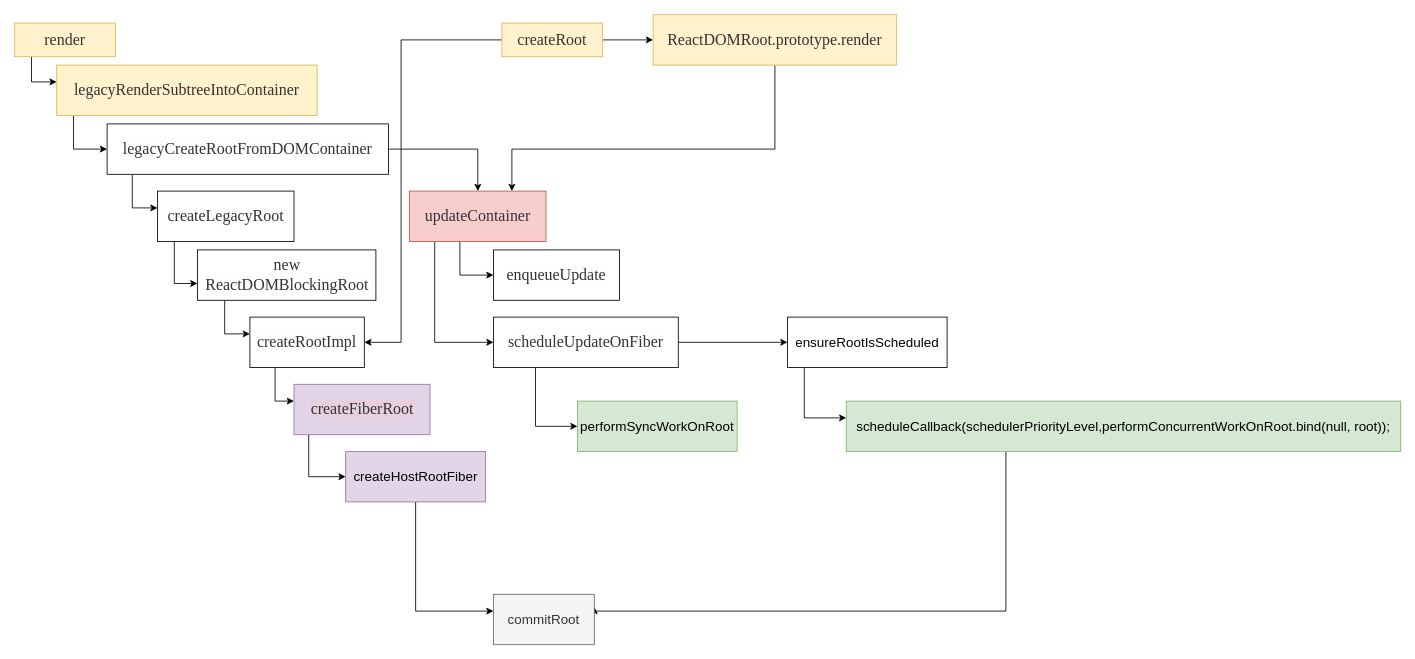
The draw.io diagram page "Page-1" (1 of 5) of 第五章_0.drawio in xiaochen1024/react_code, before the edit. Source tidied: cells renumbered, new cells numbered last; positions are measured from the earlier drawing's top-left corner, leaving out a move shared by most shapes. Both pictures are drawn from the tidied source at 84%, with x=0, y=0 at pixel (14, 14).
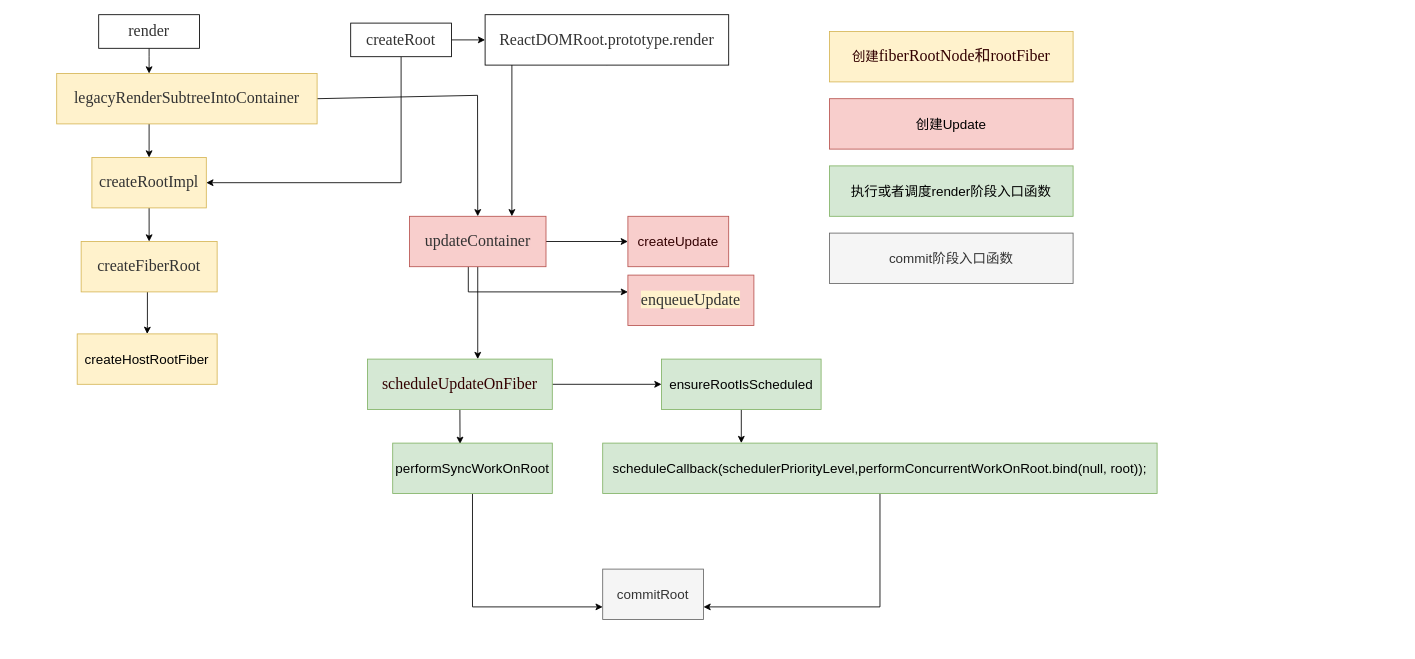
Above is the later version.

What changed in the source:
```diff
@@
     <mxCell id="2" style="edgeStyle=orthogonalEdgeStyle;rounded=0;jettySize=auto;html=1;" parent="1" edge="1" source="3" target="5">
       <mxGeometry relative="1" as="geometry">
         <Array as="points">
-          <mxPoint x="20" y="80" />
+          <mxPoint x="160" y="50" />
+          <mxPoint x="160" y="50" />
         </Array>
       </mxGeometry>
     </mxCell>
-    <mxCell id="3" value="&lt;span style=&quot;color: rgb(51 , 51 , 51) ; font-family: &amp;#34;vollkorn&amp;#34; , &amp;#34;palatino&amp;#34; , &amp;#34;times&amp;#34; ; font-size: 19px ; text-align: justify ; background-color: rgb(255 , 242 , 204)&quot;&gt;render&lt;/span&gt;" style="rounded=0;whiteSpace=wrap;html=1;fillColor=#fff2cc;strokeColor=#d6b656;" parent="1" vertex="1">
-      <mxGeometry y="10" width="120" height="40" as="geometry" />
+    <mxCell id="3" value="&lt;span style=&quot;color: rgb(51 , 51 , 51) ; font-family: &amp;#34;vollkorn&amp;#34; , &amp;#34;palatino&amp;#34; , &amp;#34;times&amp;#34; ; font-size: 19px ; text-align: justify ; background-color: rgb(255 , 255 , 255)&quot;&gt;render&lt;/span&gt;" style="rounded=0;whiteSpace=wrap;html=1;" parent="1" vertex="1">
+      <mxGeometry x="100" width="120" height="40" as="geometry" />
     </mxCell>
-    <mxCell id="4" style="edgeStyle=orthogonalEdgeStyle;rounded=0;jettySize=auto;html=1;" parent="1" edge="1" source="5" target="8">
+    <mxCell id="4" style="edgeStyle=orthogonalEdgeStyle;rounded=0;jettySize=auto;html=1;entryX=0.5;entryY=0;entryDx=0;entryDy=0;" parent="1" edge="1" source="5" target="14">
       <mxGeometry relative="1" as="geometry">
         <Array as="points">
-          <mxPoint x="70" y="160" />
-          <mxPoint x="313" y="160" />
+          <mxPoint x="160" y="160" />
+          <mxPoint x="160" y="160" />
         </Array>
       </mxGeometry>
     </mxCell>
+    <mxCell id="37" style="edgeStyle=none;rounded=0;jettySize=auto;html=1;entryX=0.5;entryY=0;entryDx=0;entryDy=0;strokeWidth=1;fontSize=16;fontColor=#6666FF;exitX=1;exitY=0.5;exitDx=0;exitDy=0;" parent="1" edge="1" source="5" target="19">
+      <mxGeometry relative="1" as="geometry">
+        <Array as="points">
+          <mxPoint x="551" y="96" />
+        </Array>
+      </mxGeometry>
+    </mxCell>
     <mxCell id="5" value="&lt;span style=&quot;color: rgb(51 , 51 , 51) ; font-family: &amp;#34;vollkorn&amp;#34; , &amp;#34;palatino&amp;#34; , &amp;#34;times&amp;#34; ; font-size: 19px ; text-align: justify ; background-color: rgb(255 , 242 , 204)&quot;&gt;legacyRenderSubtreeIntoContainer&lt;/span&gt;" style="whiteSpace=wrap;html=1;rounded=0;fillColor=#fff2cc;strokeColor=#d6b656;" parent="1" vertex="1">
-      <mxGeometry x="50" y="60" width="310" height="60" as="geometry" />
+      <mxGeometry x="50" y="70" width="310" height="60" as="geometry" />
     </mxCell>
-    <mxCell id="6" style="edgeStyle=orthogonalEdgeStyle;rounded=0;jettySize=auto;html=1;" parent="1" edge="1" source="8" target="10">
-      <mxGeometry relative="1" as="geometry">
-        <Array as="points">
-          <mxPoint x="140" y="230" />
-          <mxPoint x="299" y="230" />
-        </Array>
-      </mxGeometry>
-    </mxCell>
-    <mxCell id="7" style="edgeStyle=orthogonalEdgeStyle;rounded=0;jettySize=auto;html=1;" parent="1" edge="1" source="8" target="19">
-      <mxGeometry relative="1" as="geometry" />
-    </mxCell>
-    <mxCell id="8" value="&lt;span style=&quot;color: rgb(51 , 51 , 51) ; font-family: &amp;#34;vollkorn&amp;#34; , &amp;#34;palatino&amp;#34; , &amp;#34;times&amp;#34; ; font-size: 19px ; text-align: justify ; background-color: rgb(254 , 254 , 254)&quot;&gt;legacyCreateRootFromDOMContainer&lt;/span&gt;" style="whiteSpace=wrap;html=1;rounded=0;" parent="1" vertex="1">
-      <mxGeometry x="110" y="130" width="335" height="60" as="geometry" />
-    </mxCell>
-    <mxCell id="9" style="edgeStyle=orthogonalEdgeStyle;rounded=0;jettySize=auto;html=1;" parent="1" edge="1" source="10" target="12">
-      <mxGeometry relative="1" as="geometry">
-        <Array as="points">
-          <mxPoint x="190" y="320" />
-        </Array>
-      </mxGeometry>
-    </mxCell>
-    <mxCell id="10" value="&lt;span style=&quot;color: rgb(51 , 51 , 51) ; font-family: &amp;#34;vollkorn&amp;#34; , &amp;#34;palatino&amp;#34; , &amp;#34;times&amp;#34; ; font-size: 19px ; text-align: justify ; background-color: rgb(254 , 254 , 254)&quot;&gt;createLegacyRoot&lt;/span&gt;" style="whiteSpace=wrap;html=1;rounded=0;" parent="1" vertex="1">
-      <mxGeometry x="170" y="210" width="162.5" height="60" as="geometry" />
-    </mxCell>
-    <mxCell id="11" style="edgeStyle=orthogonalEdgeStyle;rounded=0;jettySize=auto;html=1;" parent="1" edge="1" source="12" target="14">
-      <mxGeometry relative="1" as="geometry">
-        <Array as="points">
-          <mxPoint x="250" y="380" />
-          <mxPoint x="332" y="380" />
-        </Array>
-      </mxGeometry>
-    </mxCell>
-    <mxCell id="12" value="&lt;span style=&quot;color: rgb(51 , 51 , 51) ; font-family: &amp;#34;vollkorn&amp;#34; , &amp;#34;palatino&amp;#34; , &amp;#34;times&amp;#34; ; font-size: 19px ; text-align: justify ; background-color: rgb(254 , 254 , 254)&quot;&gt;new ReactDOMBlockingRoot&lt;/span&gt;" style="whiteSpace=wrap;html=1;rounded=0;" parent="1" vertex="1">
-      <mxGeometry x="217.5" y="280" width="212.5" height="60" as="geometry" />
-    </mxCell>
-    <mxCell id="13" style="edgeStyle=orthogonalEdgeStyle;rounded=0;jettySize=auto;html=1;" parent="1" edge="1" source="14" target="16">
-      <mxGeometry relative="1" as="geometry">
-        <Array as="points">
-          <mxPoint x="310" y="460" />
-          <mxPoint x="369" y="460" />
-        </Array>
-      </mxGeometry>
+    <mxCell id="13" style="edgeStyle=none;rounded=0;jettySize=auto;html=1;strokeWidth=1;fontSize=16;fontColor=#6666FF;exitX=0.5;exitY=1;exitDx=0;exitDy=0;entryX=0.5;entryY=0;entryDx=0;entryDy=0;" parent="1" edge="1" source="14" target="16">
+      <mxGeometry relative="1" as="geometry" />
     </mxCell>
-    <mxCell id="14" value="&lt;span style=&quot;color: rgb(51, 51, 51); font-family: vollkorn, palatino, times; font-size: 19px; font-style: normal; font-weight: normal; letter-spacing: normal; text-align: justify; text-indent: 0px; text-transform: none; word-spacing: 0px; background-color: rgb(254, 254, 254); text-decoration: none; display: inline; float: none;&quot;&gt;createRootImpl&lt;/span&gt;" style="whiteSpace=wrap;html=1;rounded=0;" parent="1" vertex="1">
-      <mxGeometry x="280" y="360" width="136.2" height="60" as="geometry" />
+    <mxCell id="14" value="&lt;span style=&quot;color: rgb(51 , 51 , 51) ; font-family: &amp;#34;vollkorn&amp;#34; , &amp;#34;palatino&amp;#34; , &amp;#34;times&amp;#34; ; font-size: 19px ; font-style: normal ; font-weight: normal ; letter-spacing: normal ; text-align: justify ; text-indent: 0px ; text-transform: none ; word-spacing: 0px ; text-decoration: none ; display: inline ; float: none ; background-color: rgb(255 , 242 , 204)&quot;&gt;createRootImpl&lt;/span&gt;" style="whiteSpace=wrap;html=1;rounded=0;fillColor=#fff2cc;strokeColor=#d6b656;" parent="1" vertex="1">
+      <mxGeometry x="91.9" y="170" width="136.2" height="60" as="geometry" />
     </mxCell>
-    <mxCell id="15" style="edgeStyle=orthogonalEdgeStyle;rounded=0;jettySize=auto;html=1;" parent="1" edge="1" source="16" target="35">
+    <mxCell id="15" style="edgeStyle=orthogonalEdgeStyle;rounded=0;jettySize=auto;html=1;entryX=0.5;entryY=0;entryDx=0;entryDy=0;" parent="1" edge="1" source="16" target="35">
       <mxGeometry relative="1" as="geometry">
         <Array as="points">
-          <mxPoint x="350" y="550" />
+          <mxPoint x="158" y="370" />
+          <mxPoint x="158" y="370" />
         </Array>
       </mxGeometry>
     </mxCell>
-    <mxCell id="16" value="&lt;span style=&quot;color: rgb(51 , 51 , 51) ; font-family: &amp;#34;vollkorn&amp;#34; , &amp;#34;palatino&amp;#34; , &amp;#34;times&amp;#34; ; font-size: 19px ; text-align: justify ; background-color: rgb(230 , 208 , 222)&quot;&gt;createFiberRoot&lt;/span&gt;" style="whiteSpace=wrap;html=1;rounded=0;fillColor=#e1d5e7;strokeColor=#9673a6;" parent="1" vertex="1">
-      <mxGeometry x="332.5" y="440" width="161.9" height="60" as="geometry" />
+    <mxCell id="16" value="&lt;span style=&quot;color: rgb(51 , 51 , 51) ; font-family: &amp;#34;vollkorn&amp;#34; , &amp;#34;palatino&amp;#34; , &amp;#34;times&amp;#34; ; font-size: 19px ; text-align: justify ; background-color: rgb(255 , 242 , 204)&quot;&gt;createFiberRoot&lt;/span&gt;" style="whiteSpace=wrap;html=1;rounded=0;fillColor=#fff2cc;strokeColor=#d6b656;" parent="1" vertex="1">
+      <mxGeometry x="79.1" y="270" width="161.9" height="60" as="geometry" />
     </mxCell>
     <mxCell id="17" style="edgeStyle=orthogonalEdgeStyle;rounded=0;jettySize=auto;html=1;" parent="1" edge="1" source="19" target="20">
       <mxGeometry relative="1" as="geometry">
         <Array as="points">
-          <mxPoint x="530" y="310" />
+          <mxPoint x="540" y="330" />
         </Array>
       </mxGeometry>
     </mxCell>
     <mxCell id="18" style="edgeStyle=orthogonalEdgeStyle;rounded=0;jettySize=auto;html=1;" parent="1" edge="1" source="19" target="26">
       <mxGeometry relative="1" as="geometry">
         <Array as="points">
-          <mxPoint x="500" y="390" />
+          <mxPoint x="520" y="410" />
         </Array>
       </mxGeometry>
     </mxCell>
+    <mxCell id="38" style="edgeStyle=none;rounded=0;jettySize=auto;html=1;entryX=0;entryY=0.5;entryDx=0;entryDy=0;strokeWidth=1;fontSize=16;fontColor=#6666FF;" parent="1" edge="1" source="19" target="40">
+      <mxGeometry relative="1" as="geometry" />
+    </mxCell>
     <mxCell id="19" value="&lt;span style=&quot;color: rgb(51 , 51 , 51) ; font-family: &amp;#34;vollkorn&amp;#34; , &amp;#34;palatino&amp;#34; , &amp;#34;times&amp;#34; ; font-size: 19px ; font-style: normal ; font-weight: normal ; letter-spacing: normal ; text-align: justify ; text-indent: 0px ; text-transform: none ; word-spacing: 0px ; text-decoration: none ; display: inline ; float: none ; background-color: rgb(248 , 206 , 204)&quot;&gt;updateContainer&lt;/span&gt;" style="whiteSpace=wrap;html=1;rounded=0;fillColor=#f8cecc;strokeColor=#b85450;" parent="1" vertex="1">
-      <mxGeometry x="470" y="210" width="162.5" height="60" as="geometry" />
+      <mxGeometry x="470" y="240" width="162.5" height="60" as="geometry" />
     </mxCell>
-    <mxCell id="20" value="&lt;span style=&quot;color: rgb(51 , 51 , 51) ; font-family: &amp;#34;vollkorn&amp;#34; , &amp;#34;palatino&amp;#34; , &amp;#34;times&amp;#34; ; font-size: 19px ; text-align: justify ; background-color: rgb(254 , 254 , 254)&quot;&gt;enqueueUpdate&lt;/span&gt;" style="whiteSpace=wrap;html=1;rounded=0;" parent="1" vertex="1">
-      <mxGeometry x="570" y="280" width="150" height="60" as="geometry" />
+    <mxCell id="20" value="&lt;span style=&quot;color: rgb(51 , 51 , 51) ; font-family: &amp;#34;vollkorn&amp;#34; , &amp;#34;palatino&amp;#34; , &amp;#34;times&amp;#34; ; font-size: 19px ; text-align: justify ; background-color: rgb(255 , 242 , 204)&quot;&gt;enqueueUpdate&lt;/span&gt;" style="whiteSpace=wrap;html=1;rounded=0;fillColor=#f8cecc;strokeColor=#b85450;" parent="1" vertex="1">
+      <mxGeometry x="730" y="310" width="150" height="60" as="geometry" />
     </mxCell>
@@
-    <mxCell id="22" style="edgeStyle=orthogonalEdgeStyle;rounded=0;jettySize=auto;html=1;" parent="1" edge="1" source="23" target="14">
+    <mxCell id="22" style="edgeStyle=none;rounded=0;jettySize=auto;html=1;strokeWidth=1;fontSize=16;fontColor=#6666FF;entryX=1;entryY=0.5;entryDx=0;entryDy=0;" parent="1" edge="1" source="23" target="14">
       <mxGeometry relative="1" as="geometry">
         <Array as="points">
-          <mxPoint x="460" y="30" />
-          <mxPoint x="460" y="390" />
+          <mxPoint x="460" y="200" />
         </Array>
       </mxGeometry>
     </mxCell>
-    <mxCell id="23" value="&lt;span style=&quot;color: rgb(51 , 51 , 51) ; font-family: &amp;#34;vollkorn&amp;#34; , &amp;#34;palatino&amp;#34; , &amp;#34;times&amp;#34; ; font-size: 19px ; text-align: justify ; background-color: rgb(255 , 242 , 204)&quot;&gt;createRoot&lt;/span&gt;" style="rounded=0;whiteSpace=wrap;html=1;fillColor=#fff2cc;strokeColor=#d6b656;" parent="1" vertex="1">
-      <mxGeometry x="580" y="10" width="120" height="40" as="geometry" />
+    <mxCell id="23" value="&lt;span style=&quot;color: rgb(51 , 51 , 51) ; font-family: &amp;#34;vollkorn&amp;#34; , &amp;#34;palatino&amp;#34; , &amp;#34;times&amp;#34; ; font-size: 19px ; text-align: justify ; background-color: rgb(255 , 255 , 255)&quot;&gt;createRoot&lt;/span&gt;" style="rounded=0;whiteSpace=wrap;html=1;" parent="1" vertex="1">
+      <mxGeometry x="400" y="10" width="120" height="40" as="geometry" />
     </mxCell>
+    <mxCell id="25" style="edgeStyle=orthogonalEdgeStyle;rounded=0;jettySize=auto;html=1;" parent="1" edge="1" source="26" target="31">
+      <mxGeometry relative="1" as="geometry" />
+    </mxCell>
-    <mxCell id="24" style="edgeStyle=orthogonalEdgeStyle;rounded=0;jettySize=auto;html=1;" parent="1" edge="1" source="26" target="29">
-      <mxGeometry relative="1" as="geometry">
-        <Array as="points">
-          <mxPoint x="620" y="490" />
-        </Array>
-      </mxGeometry>
+    <mxCell id="24" style="edgeStyle=none;rounded=0;jettySize=auto;html=1;exitX=0.5;exitY=1;exitDx=0;exitDy=0;entryX=0.422;entryY=0.015;entryDx=0;entryDy=0;entryPerimeter=0;strokeWidth=1;fontSize=16;fontColor=#6666FF;" parent="1" edge="1" source="26" target="29">
+      <mxGeometry relative="1" as="geometry" />
     </mxCell>
-    <mxCell id="25" style="edgeStyle=orthogonalEdgeStyle;rounded=0;jettySize=auto;html=1;" parent="1" edge="1" source="26" target="31">
-      <mxGeometry relative="1" as="geometry" />
-    </mxCell>
-    <mxCell id="26" value="&lt;span style=&quot;color: rgb(51 , 51 , 51) ; font-family: &amp;#34;vollkorn&amp;#34; , &amp;#34;palatino&amp;#34; , &amp;#34;times&amp;#34; ; font-size: 19px ; text-align: justify ; background-color: rgb(254 , 254 , 254)&quot;&gt;scheduleUpdateOnFiber&lt;/span&gt;" style="whiteSpace=wrap;html=1;rounded=0;" parent="1" vertex="1">
-      <mxGeometry x="570" y="360" width="220" height="60" as="geometry" />
+    <mxCell id="26" value="&lt;span style=&quot;font-family: &amp;#34;vollkorn&amp;#34; , &amp;#34;palatino&amp;#34; , &amp;#34;times&amp;#34; ; font-size: 19px ; text-align: justify ; background-color: rgb(213 , 232 , 212)&quot;&gt;&lt;font color=&quot;#330000&quot;&gt;scheduleUpdateOnFiber&lt;/font&gt;&lt;/span&gt;" style="whiteSpace=wrap;html=1;rounded=0;fillColor=#d5e8d4;strokeColor=#82b366;" parent="1" vertex="1">
+      <mxGeometry x="420" y="410" width="220" height="60" as="geometry" />
     </mxCell>
     <mxCell id="27" style="edgeStyle=orthogonalEdgeStyle;rounded=0;jettySize=auto;html=1;exitX=0.5;exitY=1;exitDx=0;exitDy=0;entryX=0.75;entryY=0;entryDx=0;entryDy=0;" parent="1" edge="1" source="28" target="19">
       <mxGeometry relative="1" as="geometry">
         <Array as="points">
-          <mxPoint x="905" y="160" />
-          <mxPoint x="592" y="160" />
+          <mxPoint x="592" y="50" />
         </Array>
       </mxGeometry>
     </mxCell>
-    <mxCell id="28" value="&lt;span style=&quot;color: rgb(51 , 51 , 51) ; font-family: &amp;#34;vollkorn&amp;#34; , &amp;#34;palatino&amp;#34; , &amp;#34;times&amp;#34; ; font-size: 19px ; text-align: justify ; background-color: rgb(255 , 242 , 204)&quot;&gt;ReactDOMRoot.prototype.render&lt;/span&gt;" style="whiteSpace=wrap;html=1;rounded=0;fillColor=#fff2cc;strokeColor=#d6b656;" parent="1" vertex="1">
-      <mxGeometry x="760" width="290" height="60" as="geometry" />
+    <mxCell id="28" value="&lt;span style=&quot;color: rgb(51 , 51 , 51) ; font-family: &amp;#34;vollkorn&amp;#34; , &amp;#34;palatino&amp;#34; , &amp;#34;times&amp;#34; ; font-size: 19px ; text-align: justify ; background-color: rgb(255 , 255 , 255)&quot;&gt;ReactDOMRoot.prototype.render&lt;/span&gt;" style="whiteSpace=wrap;html=1;rounded=0;" parent="1" vertex="1">
+      <mxGeometry x="560" width="290" height="60" as="geometry" />
     </mxCell>
+    <mxCell id="39" style="edgeStyle=none;rounded=0;jettySize=auto;html=1;exitX=0.5;exitY=1;exitDx=0;exitDy=0;entryX=0;entryY=0.75;entryDx=0;entryDy=0;strokeWidth=1;fontSize=16;fontColor=#6666FF;" parent="1" edge="1" source="29" target="36">
+      <mxGeometry relative="1" as="geometry">
+        <Array as="points">
+          <mxPoint x="545" y="705" />
+        </Array>
+      </mxGeometry>
+    </mxCell>
     <mxCell id="29" value="&lt;font style=&quot;font-size: 16px&quot;&gt;performSyncWorkOnRoot&lt;/font&gt;" style="whiteSpace=wrap;html=1;rounded=0;fillColor=#d5e8d4;strokeColor=#82b366;" parent="1" vertex="1">
-      <mxGeometry x="670" y="460" width="190" height="60" as="geometry" />
+      <mxGeometry x="450" y="510" width="190" height="60" as="geometry" />
     </mxCell>
-    <mxCell id="30" style="edgeStyle=orthogonalEdgeStyle;rounded=0;jettySize=auto;html=1;" parent="1" edge="1" source="31" target="33">
-      <mxGeometry relative="1" as="geometry">
-        <Array as="points">
-          <mxPoint x="940" y="480" />
-        </Array>
-      </mxGeometry>
+    <mxCell id="30" style="edgeStyle=none;rounded=0;jettySize=auto;html=1;entryX=0.25;entryY=0;entryDx=0;entryDy=0;strokeWidth=1;fontSize=16;fontColor=#6666FF;" parent="1" edge="1" source="31" target="33">
+      <mxGeometry relative="1" as="geometry" />
     </mxCell>
-    <mxCell id="31" value="&lt;font style=&quot;font-size: 16px&quot;&gt;ensureRootIsScheduled&lt;/font&gt;" style="whiteSpace=wrap;html=1;rounded=0;" parent="1" vertex="1">
-      <mxGeometry x="920" y="360" width="190" height="60" as="geometry" />
+    <mxCell id="31" value="&lt;font style=&quot;font-size: 16px&quot;&gt;ensureRootIsScheduled&lt;/font&gt;" style="whiteSpace=wrap;html=1;rounded=0;fillColor=#d5e8d4;strokeColor=#82b366;" parent="1" vertex="1">
+      <mxGeometry x="770" y="410" width="190" height="60" as="geometry" />
     </mxCell>
-    <mxCell id="32" style="edgeStyle=orthogonalEdgeStyle;rounded=0;jettySize=auto;html=1;entryX=1;entryY=0.25;entryDx=0;entryDy=0;" parent="1" edge="1" source="33" target="36">
+    <mxCell id="32" style="edgeStyle=orthogonalEdgeStyle;rounded=0;jettySize=auto;html=1;entryX=1;entryY=0.75;entryDx=0;entryDy=0;" parent="1" edge="1" target="36">
       <mxGeometry relative="1" as="geometry">
+        <mxPoint x="1030.1" y="570" as="sourcePoint" />
         <Array as="points">
-          <mxPoint x="1180" y="710" />
-          <mxPoint x="690" y="710" />
+          <mxPoint x="1030" y="705" />
         </Array>
       </mxGeometry>
     </mxCell>
     <mxCell id="33" value="&lt;font style=&quot;font-size: 16px&quot;&gt;scheduleCallback(schedulerPriorityLevel,performConcurrentWorkOnRoot.bind(null, root));&lt;/font&gt;" style="whiteSpace=wrap;html=1;rounded=0;fillColor=#d5e8d4;strokeColor=#82b366;" parent="1" vertex="1">
-      <mxGeometry x="990" y="460" width="660" height="60" as="geometry" />
+      <mxGeometry x="700" y="510" width="660" height="60" as="geometry" />
     </mxCell>
-    <mxCell id="34" style="edgeStyle=orthogonalEdgeStyle;rounded=0;jettySize=auto;html=1;" parent="1" edge="1" source="35" target="36">
-      <mxGeometry relative="1" as="geometry">
-        <Array as="points">
-          <mxPoint x="477" y="710" />
-        </Array>
-      </mxGeometry>
-    </mxCell>
-    <mxCell id="35" value="&lt;font style=&quot;font-size: 16px&quot;&gt;createHostRootFiber&lt;/font&gt;" style="whiteSpace=wrap;html=1;rounded=0;fillColor=#e1d5e7;strokeColor=#9673a6;" parent="1" vertex="1">
-      <mxGeometry x="394" y="520" width="166.6" height="60" as="geometry" />
+    <mxCell id="35" value="&lt;font style=&quot;font-size: 16px&quot;&gt;createHostRootFiber&lt;/font&gt;" style="whiteSpace=wrap;html=1;rounded=0;fillColor=#fff2cc;strokeColor=#d6b656;" parent="1" vertex="1">
+      <mxGeometry x="74.4" y="380" width="166.6" height="60" as="geometry" />
     </mxCell>
     <mxCell id="36" value="&lt;font style=&quot;font-size: 16px&quot;&gt;commitRoot&lt;/font&gt;" style="whiteSpace=wrap;html=1;rounded=0;fillColor=#f5f5f5;strokeColor=#666666;fontColor=#333333;" parent="1" vertex="1">
-      <mxGeometry x="570" y="690" width="120" height="60" as="geometry" />
+      <mxGeometry x="700" y="660" width="120" height="60" as="geometry" />
     </mxCell>
+    <mxCell id="40" value="&lt;font color=&quot;#330000&quot;&gt;createUpdate&lt;/font&gt;" style="rounded=0;whiteSpace=wrap;html=1;strokeWidth=1;fontSize=16;fillColor=#f8cecc;strokeColor=#b85450;" parent="1" vertex="1">
+      <mxGeometry x="730" y="240" width="120" height="60" as="geometry" />
+    </mxCell>
+    <mxCell id="41" value="&lt;font color=&quot;#330000&quot; style=&quot;background-color: rgb(255 , 242 , 204)&quot;&gt;创建&lt;span style=&quot;font-family: &amp;#34;vollkorn&amp;#34; , &amp;#34;palatino&amp;#34; , &amp;#34;times&amp;#34; ; font-size: 19px ; text-align: justify&quot;&gt;fiberRootNode和&lt;/span&gt;&lt;span style=&quot;font-family: &amp;#34;vollkorn&amp;#34; , &amp;#34;palatino&amp;#34; , &amp;#34;times&amp;#34; ; font-size: 19px ; text-align: justify&quot;&gt;rootFiber&lt;/span&gt;&lt;/font&gt;" style="rounded=0;whiteSpace=wrap;html=1;strokeWidth=1;fontSize=16;fillColor=#fff2cc;strokeColor=#d6b656;" parent="1" vertex="1">
+      <mxGeometry x="970" y="20" width="290" height="60" as="geometry" />
+    </mxCell>
+    <mxCell id="42" value="创建Update" style="rounded=0;whiteSpace=wrap;html=1;strokeWidth=1;fontSize=16;fillColor=#f8cecc;strokeColor=#b85450;" parent="1" vertex="1">
+      <mxGeometry x="970" y="100" width="290" height="60" as="geometry" />
+    </mxCell>
+    <mxCell id="43" value="&lt;font style=&quot;font-size: 16px&quot;&gt;commit阶段入口函数&lt;/font&gt;" style="whiteSpace=wrap;html=1;rounded=0;fillColor=#f5f5f5;strokeColor=#666666;fontColor=#333333;" parent="1" vertex="1">
+      <mxGeometry x="970" y="260" width="290" height="60" as="geometry" />
+    </mxCell>
+    <mxCell id="44" value="&lt;span style=&quot;font-size: 16px&quot;&gt;执行或者调度render阶段入口函数&lt;/span&gt;" style="whiteSpace=wrap;html=1;rounded=0;fillColor=#d5e8d4;strokeColor=#82b366;" parent="1" vertex="1">
+      <mxGeometry x="970" y="180" width="290" height="60" as="geometry" />
+    </mxCell>
```
